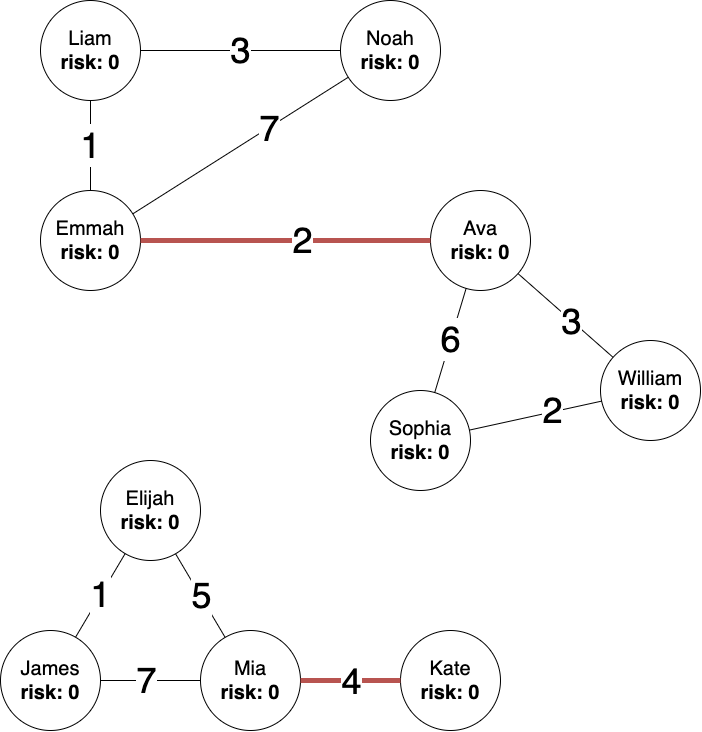
akenned8/CovidNetworkSimulator keeps this draw.io diagram as demo_media/network_diagram_base.png. Above is the earlier version. Source tidied: cells renumbered, new cells last; positions are measured from the earlier drawing's top-left corner, leaving out a move shared by most shapes.
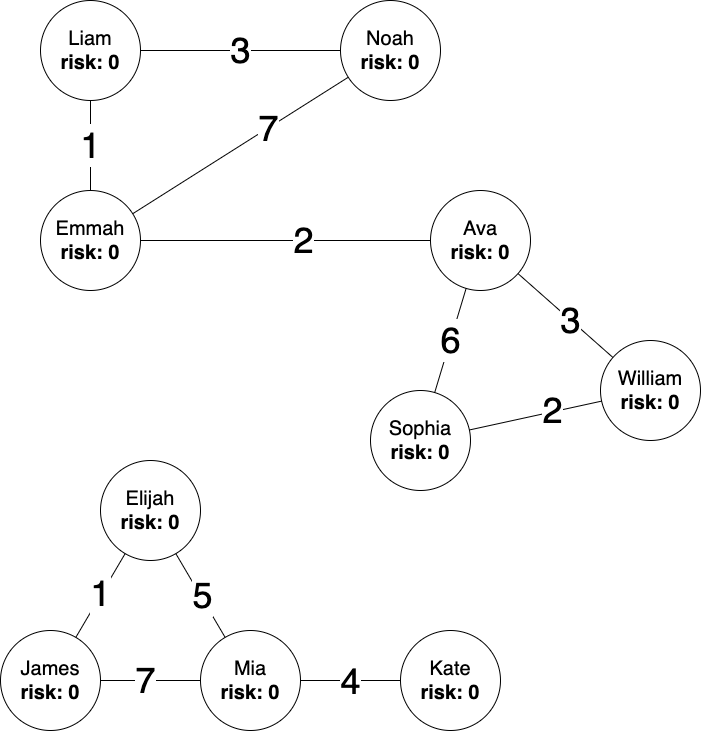
The same diagram one commit later.

What changed in the source:
```diff
@@ -72,7 +72,7 @@
     <mxCell id="23" value="&lt;font style=&quot;font-size: 36px&quot;&gt;7&lt;/font&gt;" style="edgeLabel;html=1;align=center;verticalAlign=middle;fontSize=20;" parent="22" vertex="1">
       <mxGeometry x="-0.11" y="1" relative="1" as="geometry" />
     </mxCell>
-    <mxCell id="24" style="endArrow=none;html=1;fontSize=20;fillColor=#f8cecc;strokeColor=#b85450;strokeWidth=5;" parent="1" edge="1" source="10" target="9">
+    <mxCell id="24" style="endArrow=none;html=1;fontSize=20;" parent="1" edge="1" source="10" target="9">
       <mxGeometry relative="1" as="geometry" />
     </mxCell>
     <mxCell id="25" value="&lt;font style=&quot;font-size: 36px&quot;&gt;4&lt;/font&gt;" style="edgeLabel;html=1;align=center;verticalAlign=middle;fontSize=20;" parent="24" vertex="1">
@@ -91,7 +91,7 @@
     <mxCell id="28" value="&lt;font style=&quot;font-size: 36px&quot;&gt;1&lt;/font&gt;" style="endArrow=none;html=1;fontSize=20;" parent="1" edge="1" source="7" target="8">
       <mxGeometry relative="1" as="geometry" />
     </mxCell>
-    <mxCell id="29" style="endArrow=none;html=1;fontSize=20;fillColor=#f8cecc;strokeColor=#b85450;strokeWidth=5;" parent="1" edge="1" source="7" target="6">
+    <mxCell id="29" style="endArrow=none;html=1;fontSize=20;" parent="1" edge="1" source="7" target="6">
       <mxGeometry relative="1" as="geometry" />
     </mxCell>
     <mxCell id="30" value="&lt;font style=&quot;font-size: 36px&quot;&gt;2&lt;/font&gt;" style="edgeLabel;html=1;align=center;verticalAlign=middle;fontSize=20;" parent="29" vertex="1">
```
